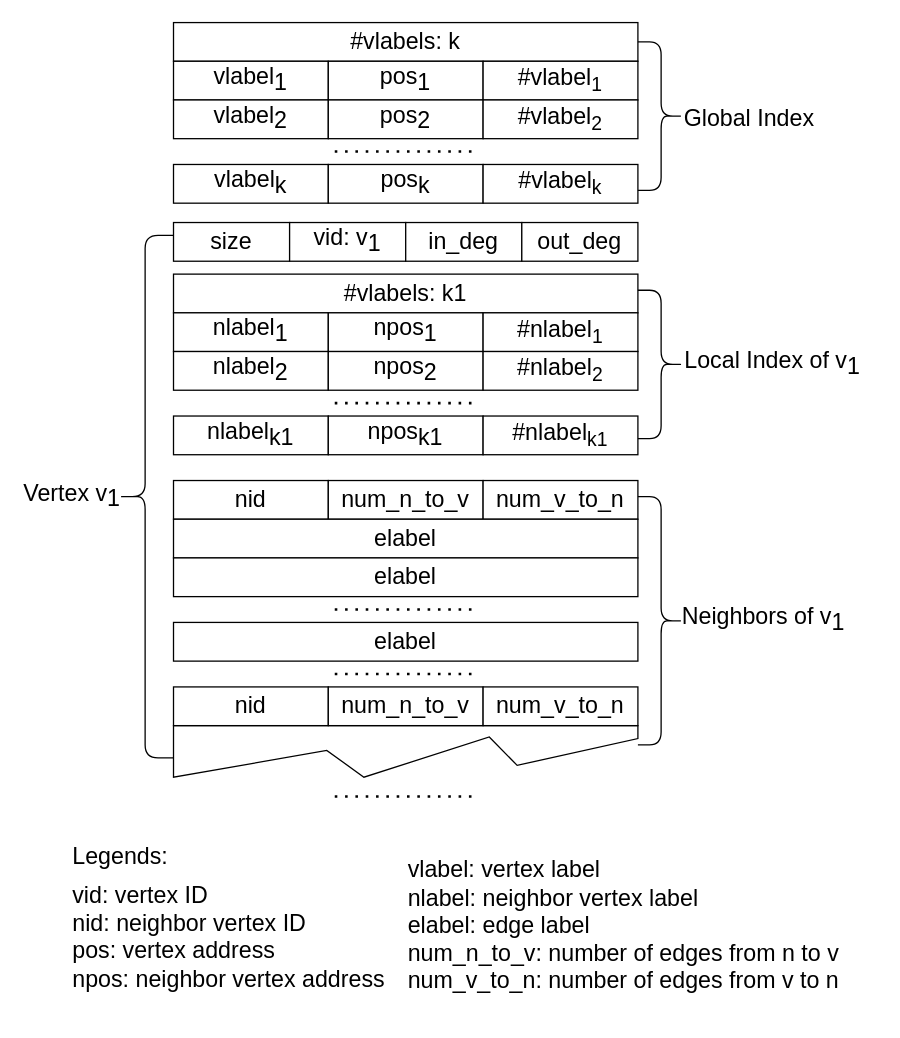
Above: img/data_graph.drawio in E-Neo/opgm-paper (draw.io), before the change. Source tidied: cells renumbered, new cells numbered last; positions are measured from the earlier drawing's top-left corner, leaving out a move shared by most shapes. Both pictures are drawn from the tidied source at 129%, with x=0, y=0 at pixel (70, 22).
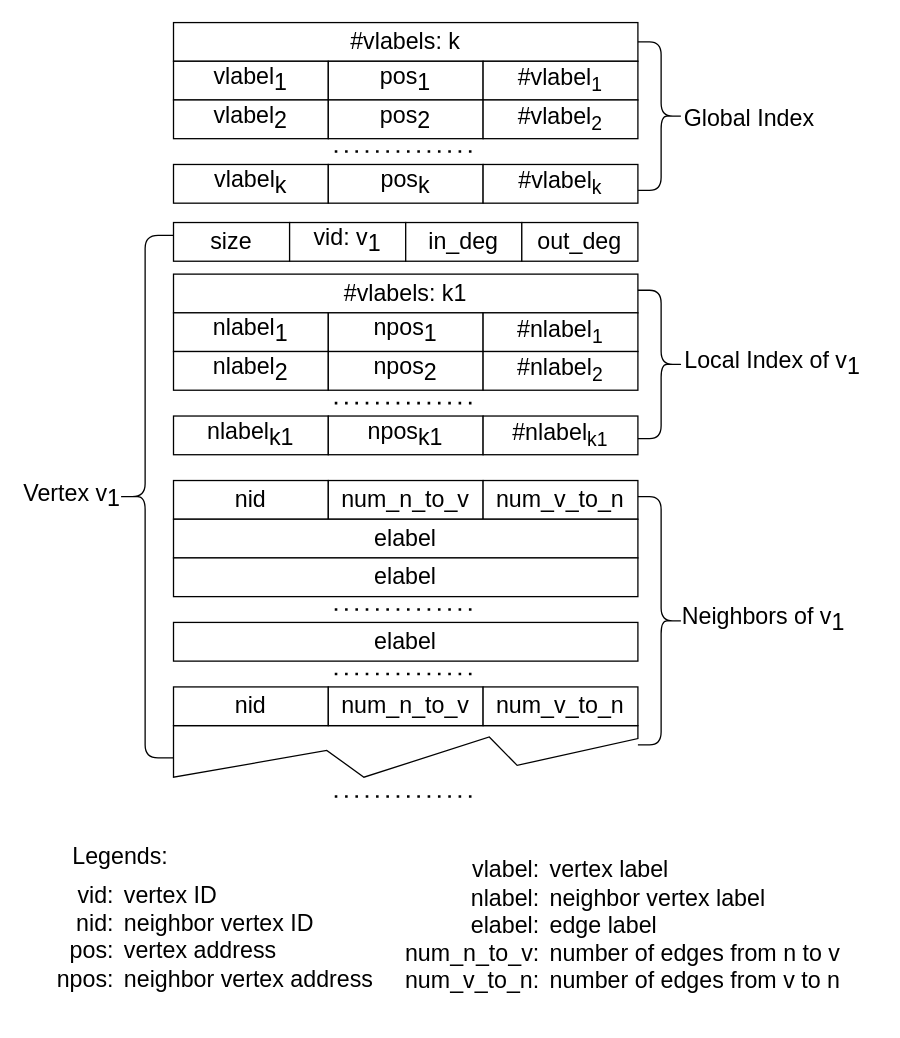
The same diagram, later.

What changed in the source:
```diff
@@
-    <mxCell id="51" value="&lt;font style=&quot;font-size: 18px&quot;&gt;vlabel: vertex label&lt;br&gt;nlabel: neighbor vertex label&lt;br&gt;elabel: edge label&lt;br&gt;num_n_to_v: number of edges from n to v&lt;br&gt;num_v_to_n: number of edges from v to n&lt;br&gt;&lt;/font&gt;" style="rounded=0;whiteSpace=wrap;html=1;align=left;verticalAlign=top;strokeColor=#FFFFFF;" parent="1" vertex="1">
-      <mxGeometry x="260" y="640" width="366" height="130" as="geometry" />
+    <mxCell id="51" value="&lt;font style=&quot;font-size: 18px&quot;&gt;vlabel:&lt;br&gt;nlabel:&lt;br&gt;elabel:&lt;br&gt;num_n_to_v:&lt;br&gt;num_v_to_n:&lt;br&gt;&lt;/font&gt;" style="rounded=0;whiteSpace=wrap;html=1;align=right;verticalAlign=top;strokeColor=#FFFFFF;" parent="1" vertex="1">
+      <mxGeometry x="260" y="640" width="106" height="130" as="geometry" />
     </mxCell>
-    <mxCell id="52" value="&lt;font style=&quot;font-size: 18px&quot;&gt;&lt;span&gt;vid: vertex ID&lt;br&gt;&lt;/span&gt;nid: neighbor vertex ID&lt;br&gt;pos: vertex address&lt;br&gt;&lt;span&gt;npos: neighbor vertex address&lt;/span&gt;&lt;br&gt;&lt;/font&gt;" style="rounded=0;whiteSpace=wrap;html=1;align=left;verticalAlign=top;strokeColor=#FFFFFF;" parent="1" vertex="1">
-      <mxGeometry y="660" width="260" height="90" as="geometry" />
+    <mxCell id="52" value="&lt;div style=&quot;&quot;&gt;&lt;span style=&quot;font-size: 18px&quot;&gt;vid:&lt;/span&gt;&lt;/div&gt;&lt;font style=&quot;font-size: 18px&quot;&gt;&lt;div style=&quot;&quot;&gt;&lt;span&gt;nid:&lt;/span&gt;&lt;/div&gt;&lt;div style=&quot;&quot;&gt;&lt;span&gt;pos:&lt;/span&gt;&lt;/div&gt;&lt;span&gt;&lt;div style=&quot;&quot;&gt;&lt;span&gt;npos:&lt;/span&gt;&lt;/div&gt;&lt;/span&gt;&lt;/font&gt;" style="rounded=0;whiteSpace=wrap;html=1;align=right;verticalAlign=top;strokeColor=#FFFFFF;" parent="1" vertex="1">
+      <mxGeometry x="-24" y="660" width="60" height="90" as="geometry" />
     </mxCell>
@@
+    <mxCell id="61" value="&lt;font style=&quot;font-size: 18px&quot;&gt;&lt;span&gt;vertex ID&lt;br&gt;&lt;/span&gt;neighbor vertex ID&lt;br&gt;vertex address&lt;br&gt;&lt;span&gt;neighbor vertex address&lt;/span&gt;&lt;br&gt;&lt;/font&gt;" style="rounded=0;whiteSpace=wrap;html=1;align=left;verticalAlign=top;strokeColor=#FFFFFF;" parent="1" vertex="1">
+      <mxGeometry x="40" y="660" width="196" height="90" as="geometry" />
+    </mxCell>
+    <mxCell id="62" value="&lt;font style=&quot;font-size: 18px&quot;&gt;vertex label&lt;br&gt;neighbor vertex label&lt;br&gt;edge label&lt;br&gt;number of edges from n to v&lt;br&gt;number of edges from v to n&lt;br&gt;&lt;/font&gt;" style="rounded=0;whiteSpace=wrap;html=1;align=left;verticalAlign=top;strokeColor=#FFFFFF;" parent="1" vertex="1">
+      <mxGeometry x="370" y="640" width="240" height="130" as="geometry" />
+    </mxCell>
```
